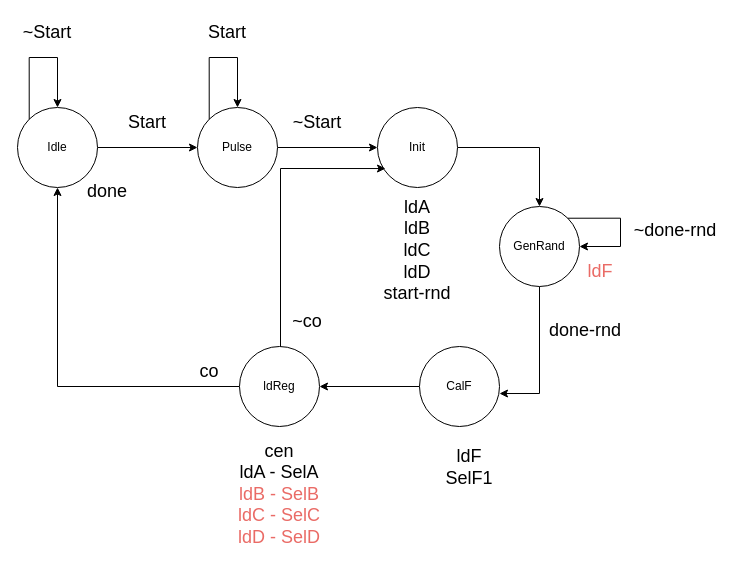
Earlier version of the draw.io diagram CA1/Part2/Design/controller_part2.drawio (imSaDy/CAD). Source tidied: cells renumbered, new cells numbered last; positions are measured from the earlier drawing's top-left corner, leaving out a move shared by most shapes. Both pictures are drawn from the tidied source at 100%, with x=0, y=0 at pixel (17, 17).
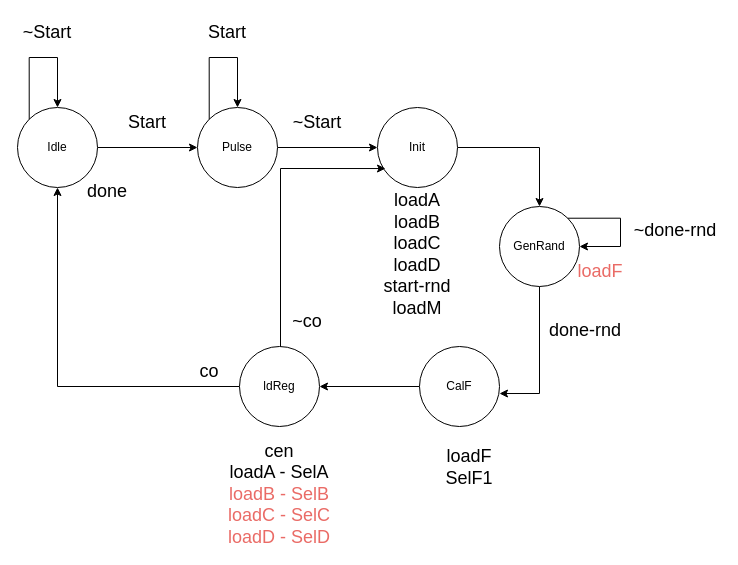
After the change.

Commit message (it also covers changes not shown here):
Edit Part 1&2 controller and datapath

The edit, as a diff of the source:
```diff
@@
-    <mxCell id="21" value="&lt;font style=&quot;font-size: 18px; color: light-dark(rgb(0, 0, 0), rgb(234, 107, 102));&quot;&gt;ldA&lt;/font&gt;&lt;div&gt;&lt;font style=&quot;font-size: 18px; color: light-dark(rgb(0, 0, 0), rgb(234, 107, 102));&quot;&gt;ldB&lt;/font&gt;&lt;/div&gt;&lt;div&gt;&lt;font style=&quot;font-size: 18px; color: light-dark(rgb(0, 0, 0), rgb(234, 107, 102));&quot;&gt;ldC&lt;/font&gt;&lt;/div&gt;&lt;div&gt;&lt;font style=&quot;font-size: 18px; color: light-dark(rgb(0, 0, 0), rgb(234, 107, 102));&quot;&gt;ldD&lt;/font&gt;&lt;/div&gt;&lt;div&gt;&lt;font style=&quot;font-size: 18px; color: light-dark(rgb(0, 0, 0), rgb(234, 107, 102));&quot;&gt;start-rnd&lt;/font&gt;&lt;/div&gt;&lt;div&gt;&lt;font style=&quot;font-size: 18px; color: light-dark(rgb(0, 0, 0), rgb(234, 107, 102));&quot;&gt;&lt;br&gt;&lt;/font&gt;&lt;/div&gt;" style="text;html=1;align=center;verticalAlign=middle;whiteSpace=wrap;rounded=0;" parent="1" vertex="1">
-      <mxGeometry x="344" y="229" width="112" height="30" as="geometry" />
+    <mxCell id="21" value="&lt;font style=&quot;font-size: 18px; color: light-dark(rgb(0, 0, 0), rgb(234, 107, 102));&quot;&gt;loadA&lt;/font&gt;&lt;div&gt;&lt;font style=&quot;font-size: 18px; color: light-dark(rgb(0, 0, 0), rgb(234, 107, 102));&quot;&gt;loadB&lt;/font&gt;&lt;/div&gt;&lt;div&gt;&lt;font style=&quot;font-size: 18px; color: light-dark(rgb(0, 0, 0), rgb(234, 107, 102));&quot;&gt;loadC&lt;/font&gt;&lt;/div&gt;&lt;div&gt;&lt;font style=&quot;font-size: 18px; color: light-dark(rgb(0, 0, 0), rgb(234, 107, 102));&quot;&gt;loadD&lt;/font&gt;&lt;/div&gt;&lt;div&gt;&lt;font style=&quot;font-size: 18px; color: light-dark(rgb(0, 0, 0), rgb(234, 107, 102));&quot;&gt;start-rnd&lt;/font&gt;&lt;/div&gt;&lt;div&gt;&lt;font style=&quot;font-size: 18px; color: light-dark(rgb(0, 0, 0), rgb(234, 107, 102));&quot;&gt;loadM&lt;/font&gt;&lt;/div&gt;&lt;div&gt;&lt;font style=&quot;font-size: 18px; color: light-dark(rgb(0, 0, 0), rgb(234, 107, 102));&quot;&gt;&lt;br&gt;&lt;/font&gt;&lt;/div&gt;" style="text;html=1;align=center;verticalAlign=middle;whiteSpace=wrap;rounded=0;" parent="1" vertex="1">
+      <mxGeometry x="344" y="233" width="112" height="30" as="geometry" />
     </mxCell>
-    <mxCell id="22" value="&lt;font color=&quot;#ea6b66&quot;&gt;&lt;span style=&quot;font-size: 18px;&quot;&gt;ldF&lt;/span&gt;&lt;/font&gt;" style="text;html=1;align=center;verticalAlign=middle;whiteSpace=wrap;rounded=0;" parent="1" vertex="1">
+    <mxCell id="22" value="&lt;font color=&quot;#ea6b66&quot;&gt;&lt;span style=&quot;font-size: 18px;&quot;&gt;loadF&lt;/span&gt;&lt;/font&gt;" style="text;html=1;align=center;verticalAlign=middle;whiteSpace=wrap;rounded=0;" parent="1" vertex="1">
       <mxGeometry x="553" y="239" width="60" height="30" as="geometry" />
     </mxCell>
@@
-    <mxCell id="27" value="&lt;font style=&quot;color: light-dark(rgb(0, 0, 0), rgb(234, 107, 102));&quot;&gt;&lt;span style=&quot;font-size: 18px;&quot;&gt;ldF&lt;/span&gt;&lt;/font&gt;&lt;div&gt;&lt;font style=&quot;color: light-dark(rgb(0, 0, 0), rgb(234, 107, 102));&quot;&gt;&lt;span style=&quot;font-size: 18px;&quot;&gt;SelF1&lt;/span&gt;&lt;/font&gt;&lt;/div&gt;" style="text;html=1;align=center;verticalAlign=middle;whiteSpace=wrap;rounded=0;" parent="1" vertex="1">
+    <mxCell id="27" value="&lt;font style=&quot;color: light-dark(rgb(0, 0, 0), rgb(234, 107, 102));&quot;&gt;&lt;span style=&quot;font-size: 18px;&quot;&gt;loadF&lt;/span&gt;&lt;/font&gt;&lt;div&gt;&lt;font style=&quot;color: light-dark(rgb(0, 0, 0), rgb(234, 107, 102));&quot;&gt;&lt;span style=&quot;font-size: 18px;&quot;&gt;SelF1&lt;/span&gt;&lt;/font&gt;&lt;/div&gt;" style="text;html=1;align=center;verticalAlign=middle;whiteSpace=wrap;rounded=0;" parent="1" vertex="1">
       <mxGeometry x="422" y="422" width="60" height="55" as="geometry" />
     </mxCell>
-    <mxCell id="28" value="&lt;div&gt;&lt;font style=&quot;color: light-dark(rgb(0, 0, 0), rgb(234, 107, 102));&quot;&gt;&lt;span style=&quot;font-size: 18px;&quot;&gt;cen&lt;/span&gt;&lt;/font&gt;&lt;/div&gt;&lt;font style=&quot;color: light-dark(rgb(0, 0, 0), rgb(234, 107, 102));&quot;&gt;&lt;span style=&quot;font-size: 18px;&quot;&gt;ldA - SelA&lt;/span&gt;&lt;/font&gt;&lt;div&gt;&lt;font color=&quot;#ea6b66&quot;&gt;&lt;span style=&quot;font-size: 18px;&quot;&gt;ldB - SelB&lt;/span&gt;&lt;/font&gt;&lt;/div&gt;&lt;div&gt;&lt;span style=&quot;color: rgb(234, 107, 102); font-size: 18px;&quot;&gt;ldC - SelC&lt;/span&gt;&lt;/div&gt;&lt;div&gt;&lt;span style=&quot;color: rgb(234, 107, 102); font-size: 18px;&quot;&gt;ldD - SelD&lt;/span&gt;&lt;span style=&quot;color: rgb(234, 107, 102); font-size: 18px;&quot;&gt;&lt;br&gt;&lt;/span&gt;&lt;/div&gt;" style="text;html=1;align=center;verticalAlign=middle;whiteSpace=wrap;rounded=0;" parent="1" vertex="1">
+    <mxCell id="28" value="&lt;div&gt;&lt;font style=&quot;color: light-dark(rgb(0, 0, 0), rgb(234, 107, 102));&quot;&gt;&lt;span style=&quot;font-size: 18px;&quot;&gt;cen&lt;/span&gt;&lt;/font&gt;&lt;/div&gt;&lt;font style=&quot;color: light-dark(rgb(0, 0, 0), rgb(234, 107, 102));&quot;&gt;&lt;span style=&quot;font-size: 18px;&quot;&gt;loadA - SelA&lt;/span&gt;&lt;/font&gt;&lt;div&gt;&lt;font color=&quot;#ea6b66&quot;&gt;&lt;span style=&quot;font-size: 18px;&quot;&gt;loadB - SelB&lt;/span&gt;&lt;/font&gt;&lt;/div&gt;&lt;div&gt;&lt;span style=&quot;color: rgb(234, 107, 102); font-size: 18px;&quot;&gt;loadC - SelC&lt;/span&gt;&lt;/div&gt;&lt;div&gt;&lt;span style=&quot;color: rgb(234, 107, 102); font-size: 18px;&quot;&gt;loadD - SelD&lt;/span&gt;&lt;span style=&quot;color: rgb(234, 107, 102); font-size: 18px;&quot;&gt;&lt;br&gt;&lt;/span&gt;&lt;/div&gt;" style="text;html=1;align=center;verticalAlign=middle;whiteSpace=wrap;rounded=0;" parent="1" vertex="1">
       <mxGeometry x="197" y="449" width="130" height="55" as="geometry" />
     </mxCell>
```
